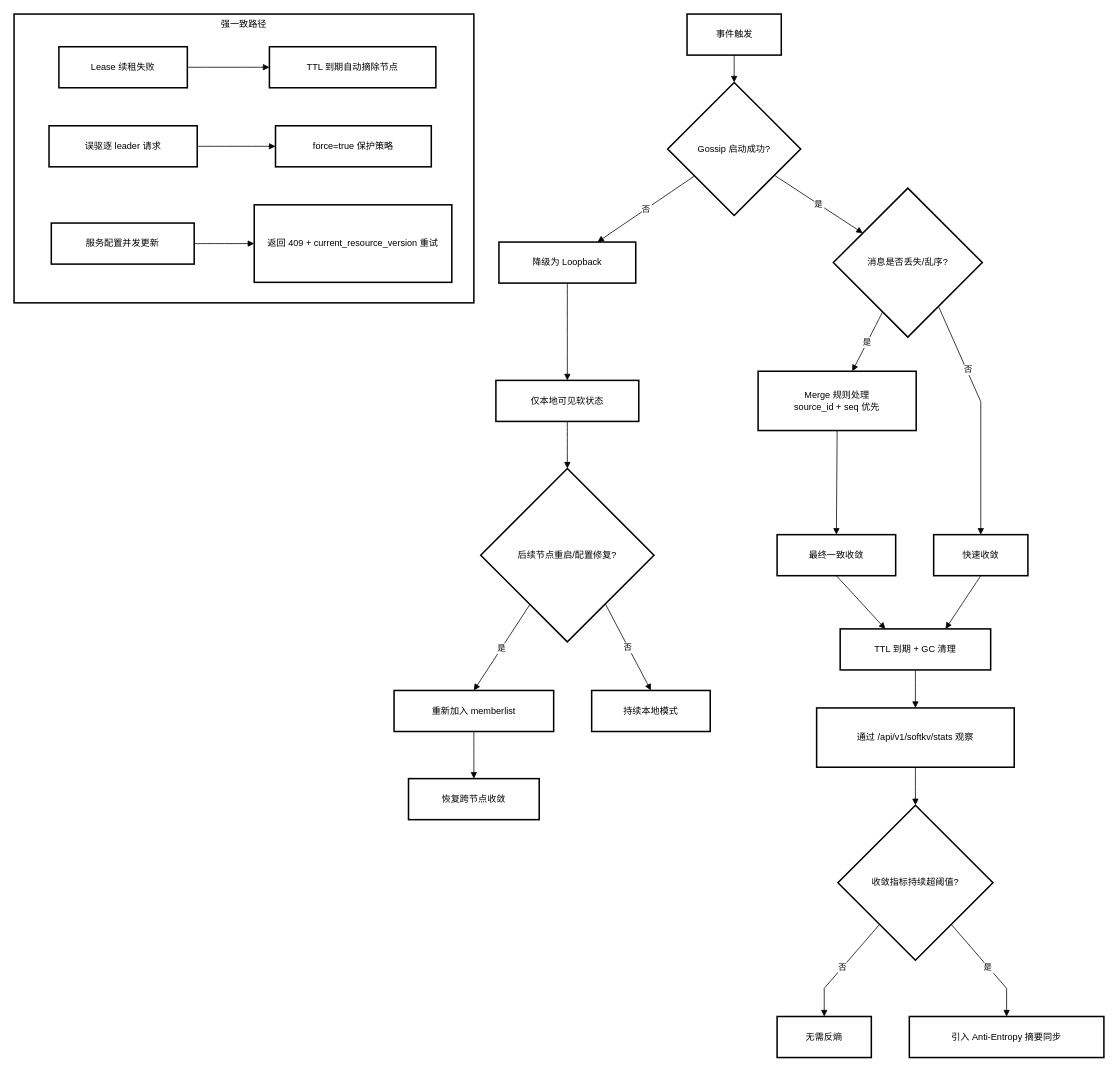
Earlier version of the draw.io diagram page "强一致同步路线" (3 of 3) of docs/zh/architecture/control-plane-architecture.drawio (Kakune55/FluxMesh). Source tidied: cells renumbered, new cells numbered last; positions are measured from the earlier drawing's top-left corner, leaving out a move shared by most shapes. Both pictures are drawn from the tidied source at 76%, with x=0, y=0 at pixel (14, 14).
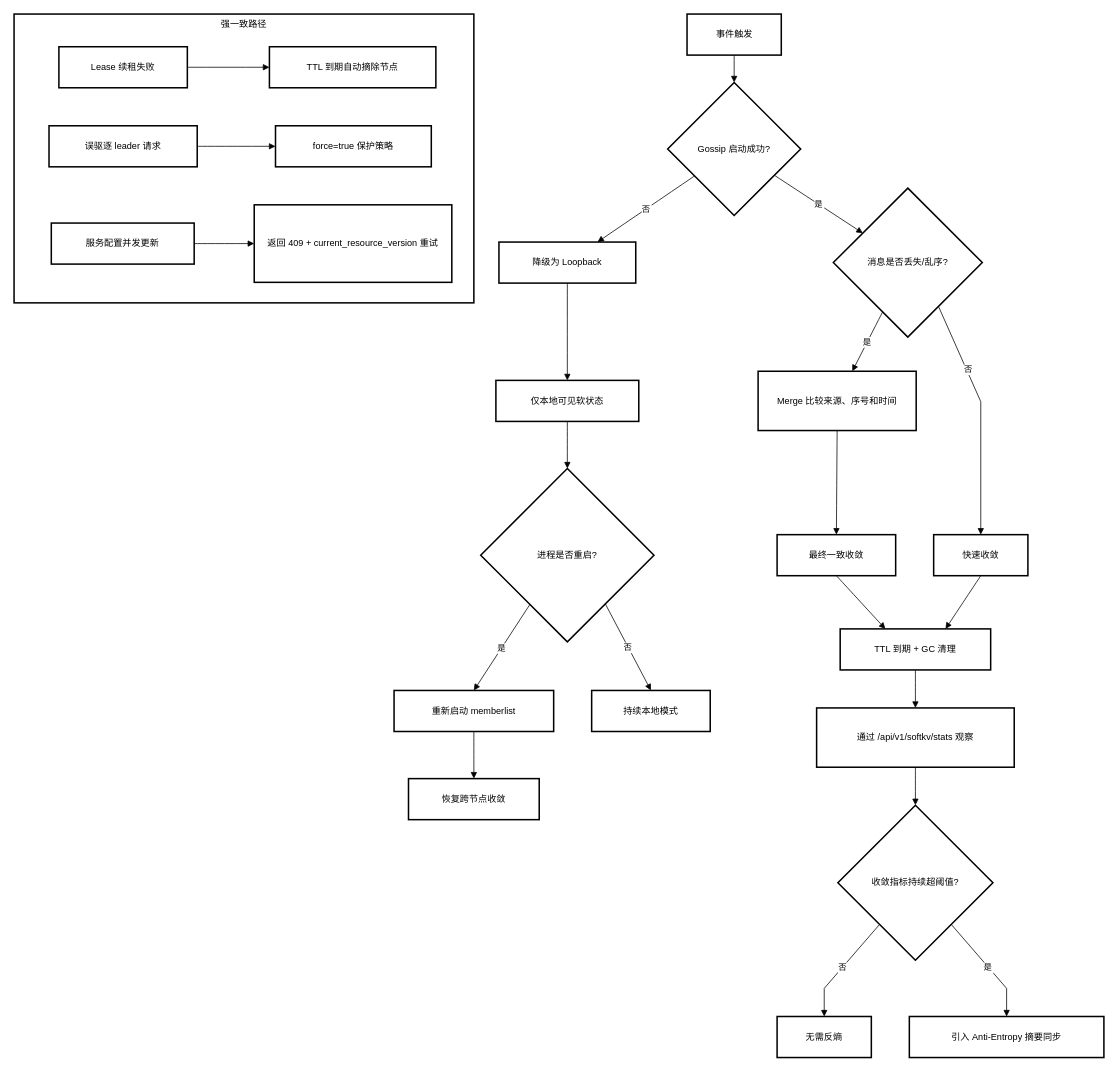
After the change.

Diff of the diagram source:
```diff
@@
-    <mxCell id="16" value="后续节点重启/配置修复?" style="rhombus;strokeWidth=2;whiteSpace=wrap;" parent="1" vertex="1">
+    <mxCell id="16" value="进程是否重启?" style="rhombus;strokeWidth=2;whiteSpace=wrap;" parent="1" vertex="1">
       <mxGeometry x="614" y="598" width="228" height="228" as="geometry" />
     </mxCell>
-    <mxCell id="17" value="重新加入 memberlist" style="whiteSpace=wrap;strokeWidth=2;" parent="1" vertex="1">
+    <mxCell id="17" value="重新启动 memberlist" style="whiteSpace=wrap;strokeWidth=2;" parent="1" vertex="1">
       <mxGeometry x="500" y="890" width="210" height="54" as="geometry" />
     </mxCell>
@@
-    <mxCell id="21" value="Merge 规则处理&#10;source_id + seq 优先" style="whiteSpace=wrap;strokeWidth=2;" parent="1" vertex="1">
+    <mxCell id="21" value="Merge 比较来源、序号和时间" style="whiteSpace=wrap;strokeWidth=2;" parent="1" vertex="1">
       <mxGeometry x="979" y="470" width="208" height="78" as="geometry" />
     </mxCell>
```
